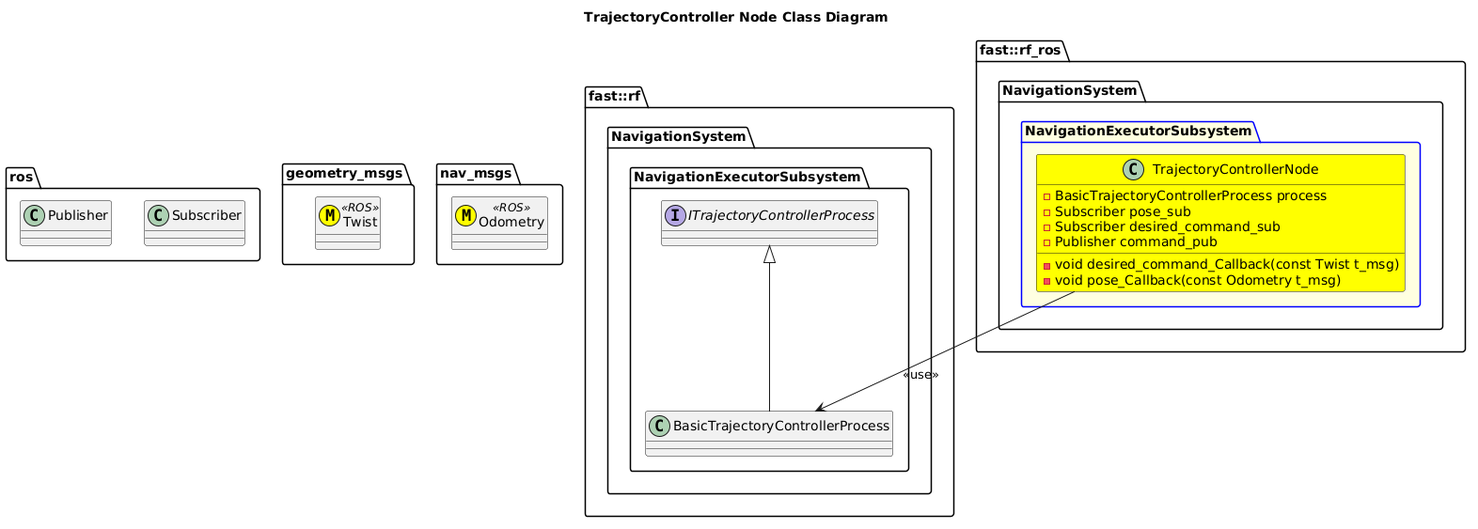
Before: Systems/Navigation/Subsystems/NavigationExecutor/Nodes/TrajectoryController/doc/puml/TrajectoryControllerNodeClassDiagram.png, a diagram exported from PlantUML (fastrobotics/robot_framework_ros). Its diagram source:
```plantuml
@startuml
title TrajectoryController Node Class Diagram

namespace ros {
    class Subscriber
    class Publisher
}
namespace geometry_msgs {
    class Twist <<(M,#FFFF00)>> <<ROS>>
}
namespace nav_msgs {
    class Odometry <<(M,#FFFF00)>> <<ROS>>
}
namespace fast::rf {
    namespace NavigationSystem {
        namespace NavigationExecutorSubsystem {
            interface ITrajectoryControllerProcess
            class BasicTrajectoryControllerProcess
            BasicTrajectoryControllerProcess -up-|> ITrajectoryControllerProcess
        }
    }
}
namespace fast::rf_ros {
   namespace NavigationSystem {
        package NavigationExecutorSubsystem #LightYellow;line:blue {
            class TrajectoryControllerNode #Yellow {
                -BasicTrajectoryControllerProcess process
                -void desired_command_Callback(const Twist t_msg)
                -void pose_Callback(const Odometry t_msg)
                -Subscriber pose_sub
                -Subscriber desired_command_sub
                -Publisher command_pub
            }
            TrajectoryControllerNode --> BasicTrajectoryControllerProcess: <<use>>
        }
    }
}
@enduml
```
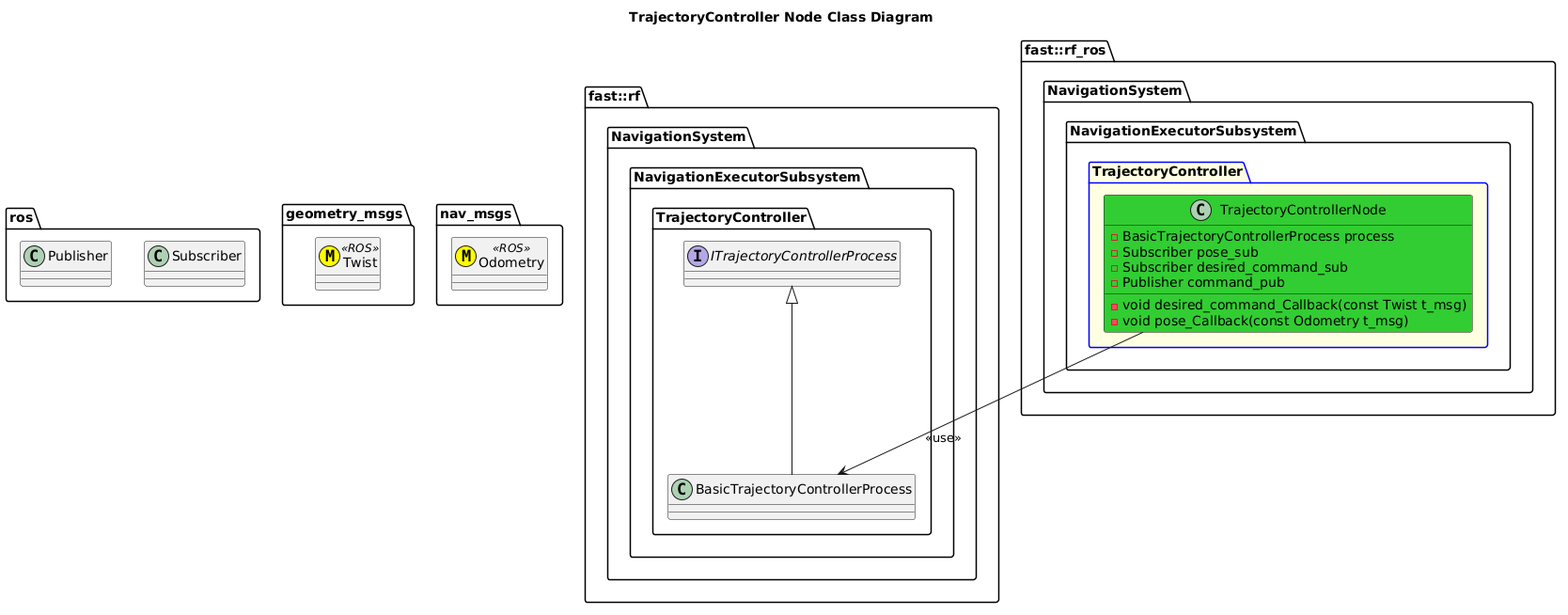
After the change.

Diff of the diagram source:
```diff
@@ -14,24 +14,28 @@
 namespace fast::rf {
     namespace NavigationSystem {
         namespace NavigationExecutorSubsystem {
-            interface ITrajectoryControllerProcess
-            class BasicTrajectoryControllerProcess
-            BasicTrajectoryControllerProcess -up-|> ITrajectoryControllerProcess
+            namespace TrajectoryController {
+                interface ITrajectoryControllerProcess
+                class BasicTrajectoryControllerProcess
+                BasicTrajectoryControllerProcess -up-|> ITrajectoryControllerProcess
+            }
         }
     }
 }
 namespace fast::rf_ros {
    namespace NavigationSystem {
-        package NavigationExecutorSubsystem #LightYellow;line:blue {
-            class TrajectoryControllerNode #Yellow {
-                -BasicTrajectoryControllerProcess process
-                -void desired_command_Callback(const Twist t_msg)
-                -void pose_Callback(const Odometry t_msg)
-                -Subscriber pose_sub
-                -Subscriber desired_command_sub
-                -Publisher command_pub
+        namespace NavigationExecutorSubsystem {
+            package TrajectoryController #LightYellow;line:blue {
+                class TrajectoryControllerNode #LimeGreen {
+                    -BasicTrajectoryControllerProcess process
+                    -void desired_command_Callback(const Twist t_msg)
+                    -void pose_Callback(const Odometry t_msg)
+                    -Subscriber pose_sub
+                    -Subscriber desired_command_sub
+                    -Publisher command_pub
+                }
+                TrajectoryControllerNode --> BasicTrajectoryControllerProcess: <<use>>
             }
-            TrajectoryControllerNode --> BasicTrajectoryControllerProcess: <<use>>
         }
     }
 }
```
